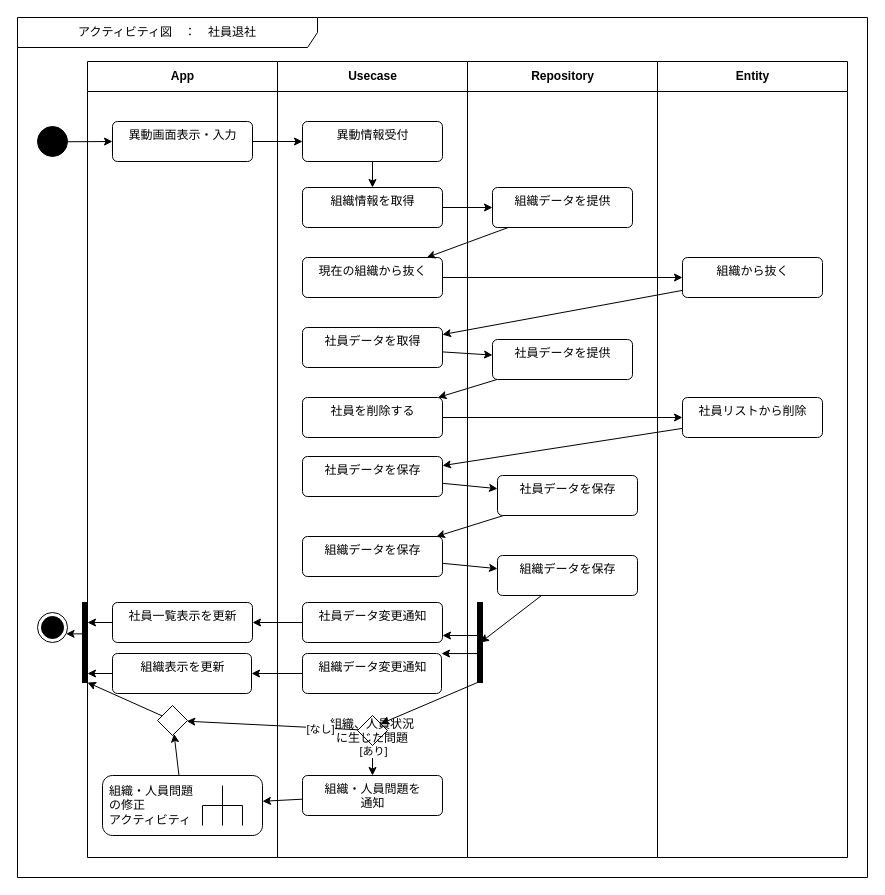
bosssanovar/LightMvvmSample keeps this draw.io diagram as page "社員退職" (7 of 7) of Designs/アクティビティ/アクティビティ図.drawio. Above is the earlier version. Source tidied: cells renumbered, new cells numbered last; positions are measured from the earlier drawing's top-left corner, leaving out a move shared by most shapes. Both pictures are drawn from the tidied source at 100%, with x=0, y=0 at pixel (17, 17).
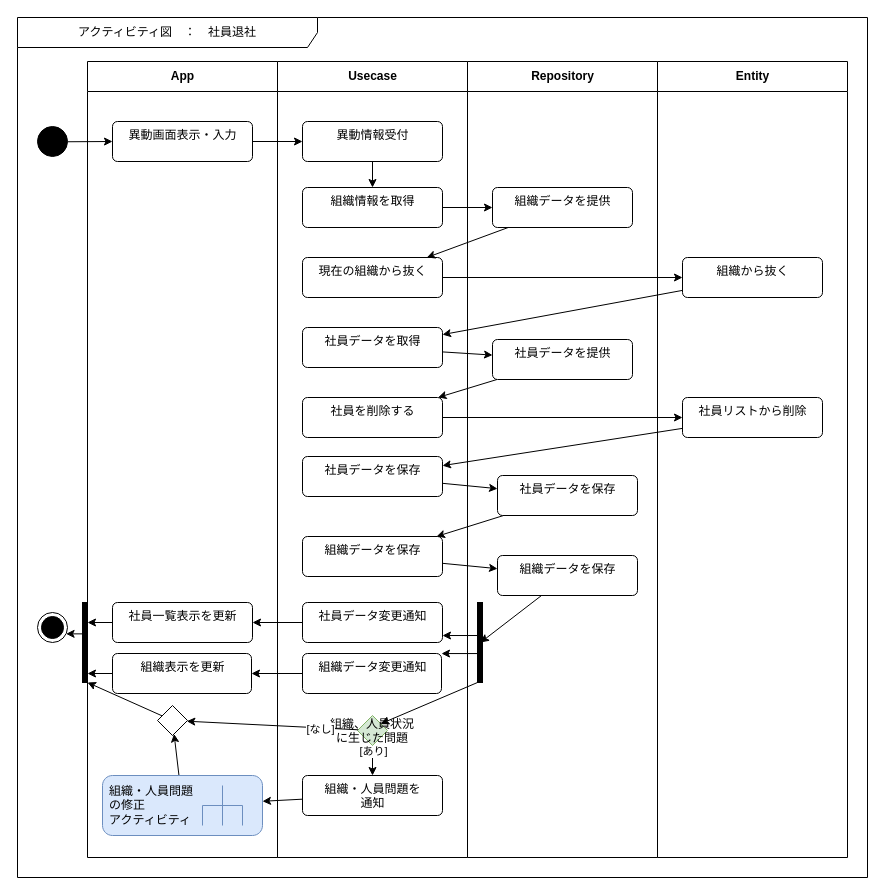
Above is the later version.

The change refers to these unchanged cells:
```xml
<mxCell id="10" value="App" style="swimlane;fontStyle=1;align=center;horizontal=1;startSize=30;html=1;swimlaneFillColor=#FFFFFF;" parent="1" vertex="1">
  <mxGeometry x="70" y="44" width="190" height="796" as="geometry" />
</mxCell>
<mxCell id="19" value="Usecase" style="swimlane;fontStyle=1;align=center;horizontal=1;startSize=30;html=1;swimlaneFillColor=#FFFFFF;" parent="1" vertex="1">
  <mxGeometry x="260" y="44" width="190" height="796" as="geometry" />
</mxCell>
```

Change to the diagram source:
```diff
@@
-    <mxCell id="18" value="組織・人員問題&lt;br&gt;の修正&lt;br&gt;アクティビティ" style="shape=mxgraph.uml25.behaviorAction;html=1;rounded=1;absoluteArcSize=1;arcSize=10;align=left;spacingLeft=5;" parent="10" vertex="1">
+    <mxCell id="18" value="組織・人員問題&lt;br&gt;の修正&lt;br&gt;アクティビティ" style="shape=mxgraph.uml25.behaviorAction;html=1;rounded=1;absoluteArcSize=1;arcSize=10;align=left;spacingLeft=5;fillColor=#dae8fc;strokeColor=#6c8ebf;" parent="10" vertex="1">
       <mxGeometry x="15" y="714" width="160" height="60" as="geometry" />
     </mxCell>
@@
-    <mxCell id="28" value="組織、人員状況&#10;に生じた問題" style="rhombus;" parent="19" vertex="1">
+    <mxCell id="28" value="組織、人員状況&#10;に生じた問題" style="rhombus;fillColor=#d5e8d4;strokeColor=#82b366;" parent="19" vertex="1">
       <mxGeometry x="80" y="654" width="30" height="30" as="geometry" />
     </mxCell>
```
